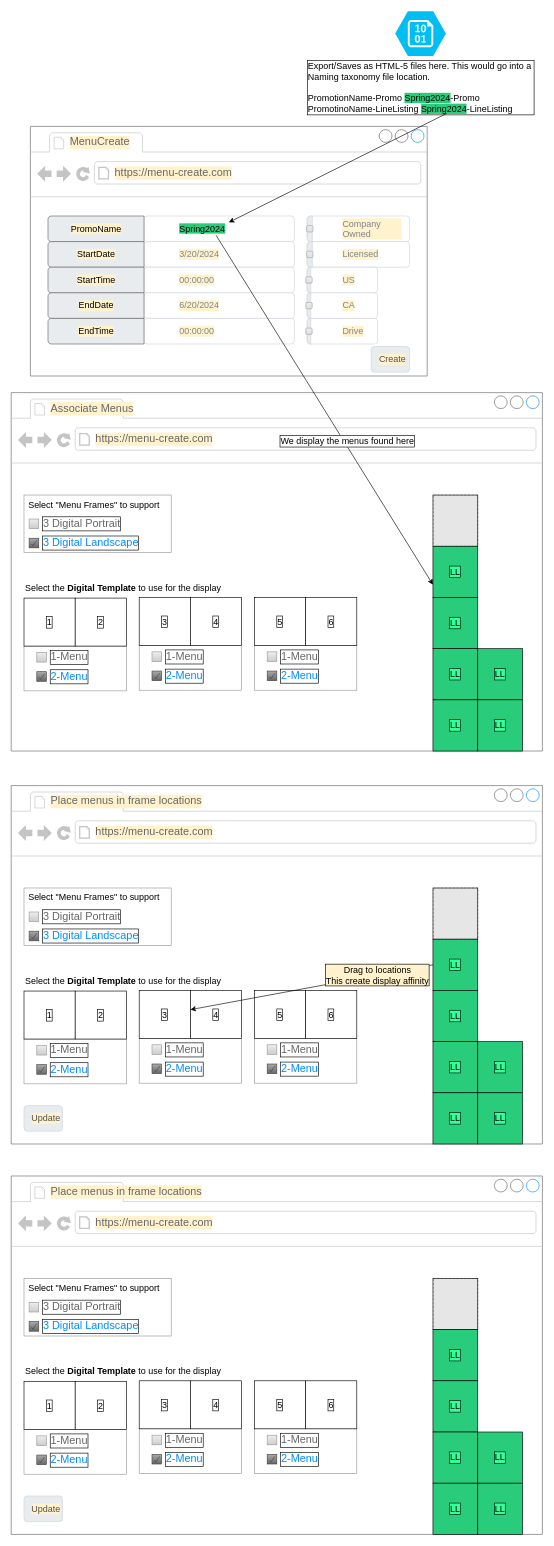
mc-ren/diagrams keeps this draw.io diagram as page "Move menus to frames" (2 of 4) of digital.drawio. Above is the earlier version. Source tidied: cells renumbered, new cells numbered last; positions are measured from the earlier drawing's top-left corner, leaving out a move shared by most shapes. Both pictures are drawn from the tidied source at 64%, with x=0, y=0 at pixel (11, 11). Pictures stored in the file or linked from it are replaced by grey dashed boxes.
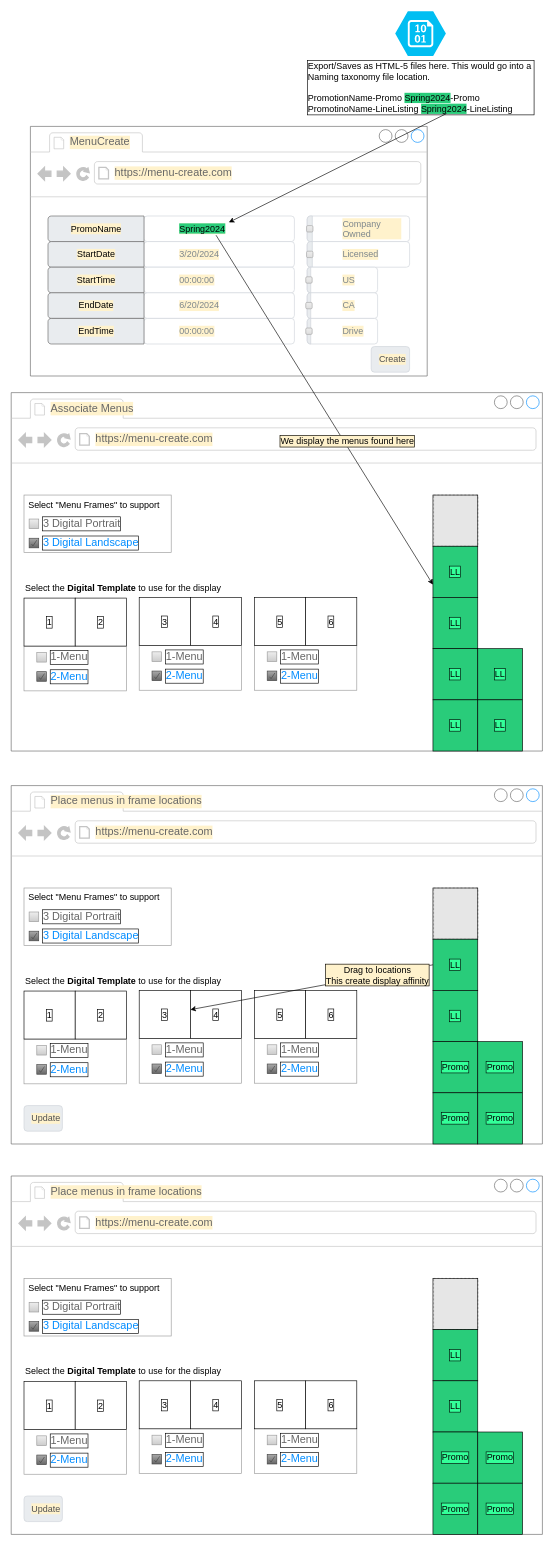
Above is the later version.

The change refers to these unchanged cells:
```xml
<mxCell id="64" style="endArrow=classic;html=1;rounded=0;fontSize=14;fontColor=#000000;exitX=0.479;exitY=0.75;exitDx=0;exitDy=0;exitPerimeter=0;entryX=0;entryY=0.75;entryDx=0;entryDy=0;" parent="1" edge="1" source="10" target="37">
  <mxGeometry relative="1" as="geometry" />
</mxCell>
<mxCell id="66" style="strokeWidth=1;shadow=0;dashed=0;align=left;html=1;shape=mxgraph.mockup.containers.browserWindow;rSize=0;strokeColor=#666666;strokeColor2=#008cff;strokeColor3=#c4c4c4;mainText=,;labelBackgroundColor=#FFF2CC;fontSize=14;fontColor=#000000;fillColor=default;verticalAlign=top;" parent="1" vertex="1">
  <mxGeometry y="1820" width="830" height="560" as="geometry" />
</mxCell>
<mxCell id="98" style="strokeWidth=1;shadow=0;dashed=0;align=left;html=1;shape=mxgraph.mockup.containers.browserWindow;rSize=0;strokeColor=#666666;strokeColor2=#008cff;strokeColor3=#c4c4c4;mainText=,;labelBackgroundColor=#FFF2CC;fontSize=14;fontColor=#000000;fillColor=default;verticalAlign=top;" parent="1" vertex="1">
  <mxGeometry y="1210" width="830" height="560" as="geometry" />
</mxCell>
```

The edit, as a diff of the source:
```diff
@@
-    <mxCell id="65" value="We display the menus found here" style="edgeLabel;html=1;align=center;verticalAlign=middle;fontSize=14;fontColor=#000000;labelBorderColor=default;" parent="64" vertex="1">
+    <mxCell id="65" value="We display the menus found here" style="edgeLabel;html=1;align=center;verticalAlign=middle;fontSize=14;fontColor=#000000;labelBorderColor=default;labelBackgroundColor=#FFF2CC;" parent="64" vertex="1">
       <mxGeometry x="0.19" y="3" relative="1" as="geometry">
         <mxPoint y="-1" as="offset" />
       </mxGeometry>
     </mxCell>
@@
-    <mxCell id="73" value="LL" style="rounded=0;whiteSpace=wrap;html=1;labelBackgroundColor=#33FF99;labelBorderColor=default;fontSize=14;fontColor=#000000;fillColor=#29CC7A;" parent="66" vertex="1">
+    <mxCell id="73" value="Promo" style="rounded=0;whiteSpace=wrap;html=1;labelBackgroundColor=#33FF99;labelBorderColor=default;fontSize=14;fontColor=#000000;fillColor=#29CC7A;" parent="66" vertex="1">
       <mxGeometry x="659" y="400" width="70" height="80" as="geometry" />
     </mxCell>
-    <mxCell id="74" value="LL" style="rounded=0;whiteSpace=wrap;html=1;labelBackgroundColor=#33FF99;labelBorderColor=default;fontSize=14;fontColor=#000000;fillColor=#29CC7A;" parent="66" vertex="1">
+    <mxCell id="74" value="Promo" style="rounded=0;whiteSpace=wrap;html=1;labelBackgroundColor=#33FF99;labelBorderColor=default;fontSize=14;fontColor=#000000;fillColor=#29CC7A;" parent="66" vertex="1">
       <mxGeometry x="659" y="480" width="70" height="80" as="geometry" />
     </mxCell>
-    <mxCell id="75" value="LL" style="rounded=0;whiteSpace=wrap;html=1;labelBackgroundColor=#33FF99;labelBorderColor=default;fontSize=14;fontColor=#000000;fillColor=#29CC7A;" parent="66" vertex="1">
+    <mxCell id="75" value="Promo" style="rounded=0;whiteSpace=wrap;html=1;labelBackgroundColor=#33FF99;labelBorderColor=default;fontSize=14;fontColor=#000000;fillColor=#29CC7A;" parent="66" vertex="1">
       <mxGeometry x="729" y="400" width="70" height="80" as="geometry" />
     </mxCell>
-    <mxCell id="76" value="LL" style="rounded=0;whiteSpace=wrap;html=1;labelBackgroundColor=#33FF99;labelBorderColor=default;fontSize=14;fontColor=#000000;fillColor=#29CC7A;" parent="66" vertex="1">
+    <mxCell id="76" value="Promo" style="rounded=0;whiteSpace=wrap;html=1;labelBackgroundColor=#33FF99;labelBorderColor=default;fontSize=14;fontColor=#000000;fillColor=#29CC7A;" parent="66" vertex="1">
       <mxGeometry x="729" y="480" width="70" height="80" as="geometry" />
     </mxCell>
@@
-    <mxCell id="105" value="LL" style="rounded=0;whiteSpace=wrap;html=1;labelBackgroundColor=#33FF99;labelBorderColor=default;fontSize=14;fontColor=#000000;fillColor=#29CC7A;" parent="98" vertex="1">
+    <mxCell id="105" value="Promo" style="rounded=0;whiteSpace=wrap;html=1;labelBackgroundColor=#33FF99;labelBorderColor=default;fontSize=14;fontColor=#000000;fillColor=#29CC7A;" parent="98" vertex="1">
       <mxGeometry x="659" y="400" width="70" height="80" as="geometry" />
     </mxCell>
-    <mxCell id="106" value="LL" style="rounded=0;whiteSpace=wrap;html=1;labelBackgroundColor=#33FF99;labelBorderColor=default;fontSize=14;fontColor=#000000;fillColor=#29CC7A;" parent="98" vertex="1">
+    <mxCell id="106" value="Promo" style="rounded=0;whiteSpace=wrap;html=1;labelBackgroundColor=#33FF99;labelBorderColor=default;fontSize=14;fontColor=#000000;fillColor=#29CC7A;" parent="98" vertex="1">
       <mxGeometry x="659" y="480" width="70" height="80" as="geometry" />
     </mxCell>
-    <mxCell id="107" value="LL" style="rounded=0;whiteSpace=wrap;html=1;labelBackgroundColor=#33FF99;labelBorderColor=default;fontSize=14;fontColor=#000000;fillColor=#29CC7A;" parent="98" vertex="1">
+    <mxCell id="107" value="Promo" style="rounded=0;whiteSpace=wrap;html=1;labelBackgroundColor=#33FF99;labelBorderColor=default;fontSize=14;fontColor=#000000;fillColor=#29CC7A;" parent="98" vertex="1">
       <mxGeometry x="729" y="400" width="70" height="80" as="geometry" />
     </mxCell>
-    <mxCell id="108" value="LL" style="rounded=0;whiteSpace=wrap;html=1;labelBackgroundColor=#33FF99;labelBorderColor=default;fontSize=14;fontColor=#000000;fillColor=#29CC7A;" parent="98" vertex="1">
+    <mxCell id="108" value="Promo" style="rounded=0;whiteSpace=wrap;html=1;labelBackgroundColor=#33FF99;labelBorderColor=default;fontSize=14;fontColor=#000000;fillColor=#29CC7A;" parent="98" vertex="1">
       <mxGeometry x="729" y="480" width="70" height="80" as="geometry" />
     </mxCell>
```
